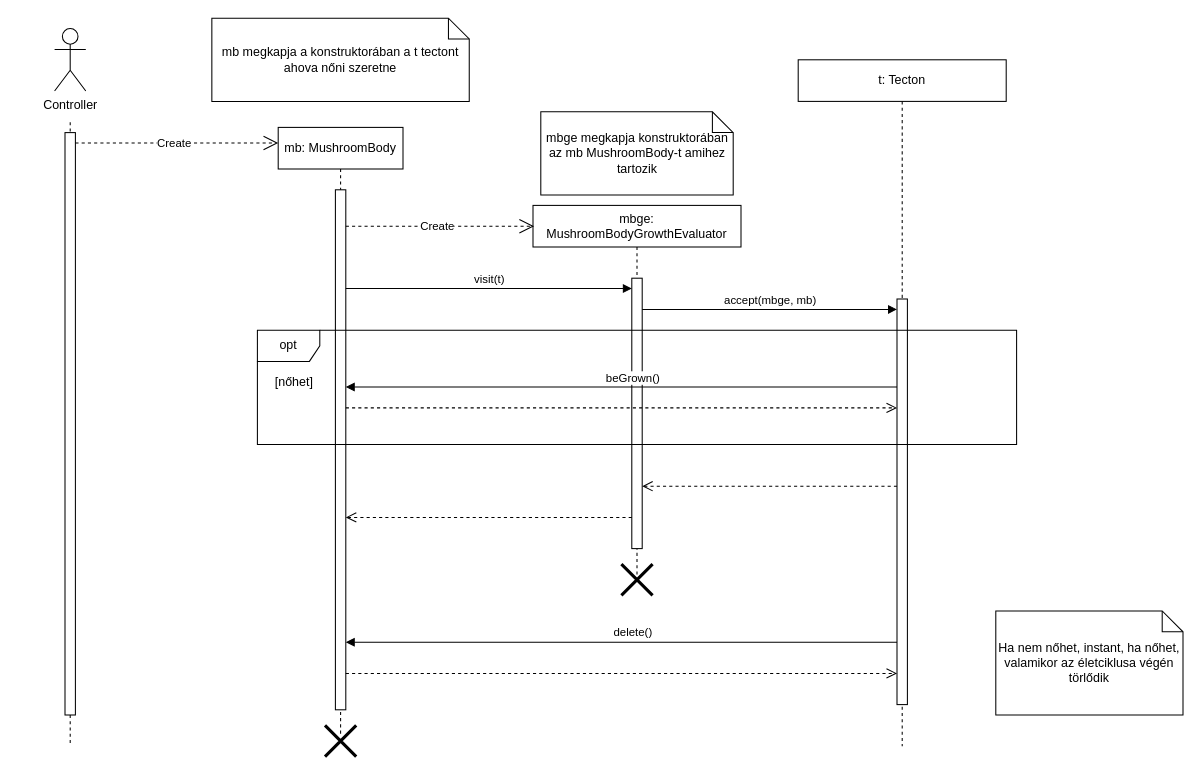
koharzsombor/bandITs keeps this draw.io diagram as page "MushroomBodyGrow" (3 of 12) of Szekvencia_Diagrammok.drawio. Above is the earlier version. Source tidied: cells renumbered, new cells numbered last; positions are measured from the earlier drawing's top-left corner, leaving out a move shared by most shapes. Both pictures are drawn from the tidied source at 104%, with x=0, y=0 at pixel (18, 18).
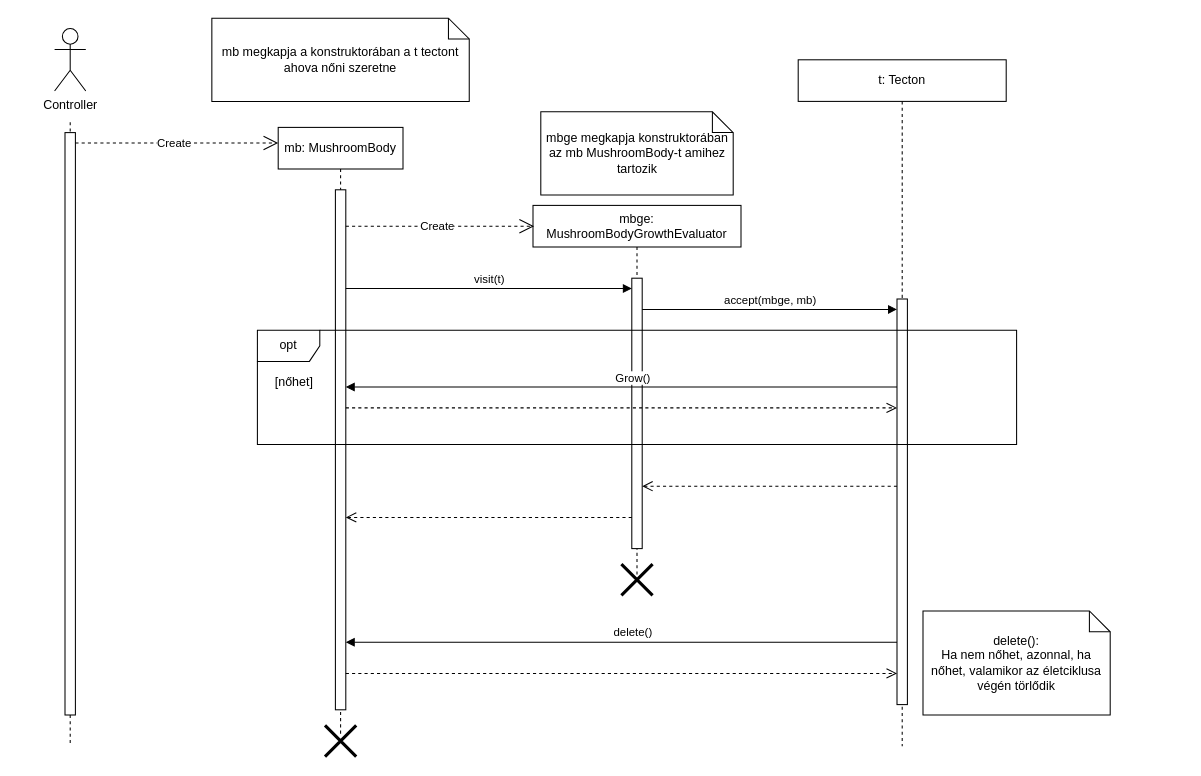
The same page after the edit.

Change to the diagram source:
```diff
@@
-    <mxCell id="17" value="beGrown()" style="html=1;verticalAlign=bottom;endArrow=block;curved=0;rounded=0;" parent="1" edge="1">
+    <mxCell id="17" value="Grow()" style="html=1;verticalAlign=bottom;endArrow=block;curved=0;rounded=0;" parent="1" edge="1">
       <mxGeometry x="-0.04" relative="1" as="geometry">
         <mxPoint x="845" y="354.7" as="sourcePoint" />
         <mxPoint x="315" y="354.7" as="targetPoint" />
         <Array as="points">
           <mxPoint x="590" y="354.7" />
         </Array>
       </mxGeometry>
     </mxCell>
@@
-    <mxCell id="25" value="Ha nem nőhet, instant, ha nőhet, valamikor az életciklusa végén törlődik" style="shape=note;size=20;whiteSpace=wrap;html=1;" parent="1" vertex="1">
-      <mxGeometry x="940" y="570" width="180" height="100" as="geometry" />
+    <mxCell id="25" value="delete():&lt;div&gt;Ha nem nőhet, azonnal, ha nőhet, valamikor az életciklusa végén törlődik&lt;/div&gt;" style="shape=note;size=20;whiteSpace=wrap;html=1;" parent="1" vertex="1">
+      <mxGeometry x="870" y="570" width="180" height="100" as="geometry" />
     </mxCell>
```
